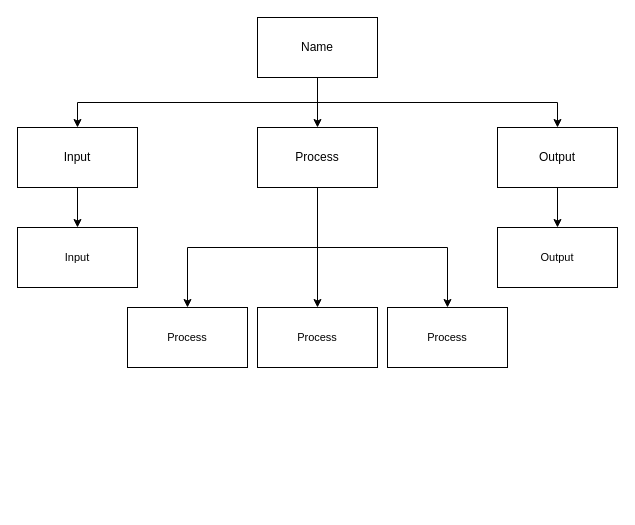
Above: design.drawio in Aleksandr-Ten/ICS3U-Unit3-04-Python (draw.io), before the change. Source tidied: cells renumbered, new cells numbered last; positions are measured from the earlier drawing's top-left corner, leaving out a move shared by most shapes. Both pictures are drawn from the tidied source at 100%, with x=0, y=0 at pixel (17, 17).
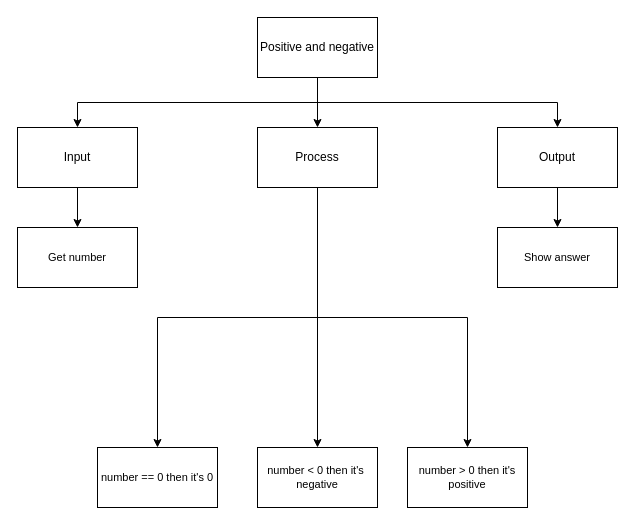
The same page after the edit.

The edit, as a diff of the source:
```diff
@@
 <mxGraphModel>
   <root>
     <mxCell id="0" />
     <mxCell id="1" parent="0" />
     <mxCell id="2" style="edgeStyle=none;html=1;exitX=0.5;exitY=1;exitDx=0;exitDy=0;entryX=0.5;entryY=0;entryDx=0;entryDy=0;" parent="1" edge="1" source="5" target="9">
       <mxGeometry relative="1" as="geometry" />
     </mxCell>
     <mxCell id="3" style="edgeStyle=orthogonalEdgeStyle;html=1;exitX=0.5;exitY=1;exitDx=0;exitDy=0;entryX=0.5;entryY=0;entryDx=0;entryDy=0;rounded=0;" parent="1" edge="1" source="5" target="11">
       <mxGeometry relative="1" as="geometry" />
     </mxCell>
     <mxCell id="4" style="edgeStyle=orthogonalEdgeStyle;shape=connector;rounded=0;html=1;labelBackgroundColor=default;fontFamily=Helvetica;fontSize=11;fontColor=default;endArrow=classic;strokeColor=default;exitX=0.5;exitY=1;exitDx=0;exitDy=0;" parent="1" edge="1" source="5" target="13">
       <mxGeometry relative="1" as="geometry" />
     </mxCell>
-    <mxCell id="5" value="Name" style="rounded=0;whiteSpace=wrap;html=1;" parent="1" vertex="1">
+    <mxCell id="5" value="Positive and negative" style="rounded=0;whiteSpace=wrap;html=1;" parent="1" vertex="1">
       <mxGeometry x="240" width="120" height="60" as="geometry" />
     </mxCell>
     <mxCell id="6" style="edgeStyle=orthogonalEdgeStyle;shape=connector;rounded=0;html=1;labelBackgroundColor=default;fontFamily=Helvetica;fontSize=11;fontColor=default;endArrow=classic;strokeColor=default;" parent="1" edge="1" source="9" target="16">
       <mxGeometry relative="1" as="geometry" />
     </mxCell>
     <mxCell id="7" style="edgeStyle=orthogonalEdgeStyle;shape=connector;rounded=0;html=1;exitX=0.5;exitY=1;exitDx=0;exitDy=0;labelBackgroundColor=default;fontFamily=Helvetica;fontSize=11;fontColor=default;endArrow=classic;strokeColor=default;" parent="1" edge="1" source="9" target="15">
       <mxGeometry relative="1" as="geometry" />
     </mxCell>
     <mxCell id="8" style="edgeStyle=orthogonalEdgeStyle;shape=connector;rounded=0;html=1;exitX=0.5;exitY=1;exitDx=0;exitDy=0;labelBackgroundColor=default;fontFamily=Helvetica;fontSize=11;fontColor=default;endArrow=classic;strokeColor=default;" parent="1" edge="1" source="9" target="17">
       <mxGeometry relative="1" as="geometry" />
     </mxCell>
     <mxCell id="9" value="Process" style="rounded=0;whiteSpace=wrap;html=1;" parent="1" vertex="1">
       <mxGeometry x="240" y="110" width="120" height="60" as="geometry" />
     </mxCell>
     <mxCell id="10" style="edgeStyle=orthogonalEdgeStyle;shape=connector;rounded=0;html=1;exitX=0.5;exitY=1;exitDx=0;exitDy=0;labelBackgroundColor=default;fontFamily=Helvetica;fontSize=11;fontColor=default;endArrow=classic;strokeColor=default;" parent="1" edge="1" source="11" target="14">
       <mxGeometry relative="1" as="geometry" />
     </mxCell>
     <mxCell id="11" value="Input" style="rounded=0;whiteSpace=wrap;html=1;" parent="1" vertex="1">
       <mxGeometry y="110" width="120" height="60" as="geometry" />
     </mxCell>
     <mxCell id="12" style="edgeStyle=orthogonalEdgeStyle;shape=connector;rounded=0;html=1;labelBackgroundColor=default;fontFamily=Helvetica;fontSize=11;fontColor=default;endArrow=classic;strokeColor=default;" parent="1" edge="1" source="13" target="18">
       <mxGeometry relative="1" as="geometry" />
     </mxCell>
     <mxCell id="13" value="Output" style="rounded=0;whiteSpace=wrap;html=1;" parent="1" vertex="1">
       <mxGeometry x="480" y="110" width="120" height="60" as="geometry" />
     </mxCell>
-    <mxCell id="14" value="Input" style="rounded=0;whiteSpace=wrap;html=1;fontFamily=Helvetica;fontSize=11;fontColor=default;" parent="1" vertex="1">
+    <mxCell id="14" value="Get number" style="rounded=0;whiteSpace=wrap;html=1;fontFamily=Helvetica;fontSize=11;fontColor=default;" parent="1" vertex="1">
       <mxGeometry y="210" width="120" height="60" as="geometry" />
     </mxCell>
-    <mxCell id="15" value="Process" style="rounded=0;whiteSpace=wrap;html=1;fontFamily=Helvetica;fontSize=11;fontColor=default;" parent="1" vertex="1">
-      <mxGeometry x="110" y="290" width="120" height="60" as="geometry" />
+    <mxCell id="15" value="number == 0 then it's 0" style="rounded=0;whiteSpace=wrap;html=1;fontFamily=Helvetica;fontSize=11;fontColor=default;" parent="1" vertex="1">
+      <mxGeometry x="80" y="430" width="120" height="60" as="geometry" />
     </mxCell>
-    <mxCell id="16" value="Process" style="rounded=0;whiteSpace=wrap;html=1;fontFamily=Helvetica;fontSize=11;fontColor=default;" parent="1" vertex="1">
-      <mxGeometry x="240" y="290" width="120" height="60" as="geometry" />
+    <mxCell id="16" value="number&amp;nbsp;&amp;lt; 0 then it's&amp;nbsp; negative" style="rounded=0;whiteSpace=wrap;html=1;fontFamily=Helvetica;fontSize=11;fontColor=default;" parent="1" vertex="1">
+      <mxGeometry x="240" y="430" width="120" height="60" as="geometry" />
     </mxCell>
-    <mxCell id="17" value="Process" style="rounded=0;whiteSpace=wrap;html=1;fontFamily=Helvetica;fontSize=11;fontColor=default;" parent="1" vertex="1">
-      <mxGeometry x="370" y="290" width="120" height="60" as="geometry" />
+    <mxCell id="17" value="number&amp;nbsp;&amp;gt; 0 then it's positive" style="rounded=0;whiteSpace=wrap;html=1;fontFamily=Helvetica;fontSize=11;fontColor=default;" parent="1" vertex="1">
+      <mxGeometry x="390" y="430" width="120" height="60" as="geometry" />
     </mxCell>
-    <mxCell id="18" value="Output" style="rounded=0;whiteSpace=wrap;html=1;fontFamily=Helvetica;fontSize=11;fontColor=default;" parent="1" vertex="1">
+    <mxCell id="18" value="Show answer" style="rounded=0;whiteSpace=wrap;html=1;fontFamily=Helvetica;fontSize=11;fontColor=default;" parent="1" vertex="1">
       <mxGeometry x="480" y="210" width="120" height="60" as="geometry" />
     </mxCell>
   </root>
 </mxGraphModel>
```
